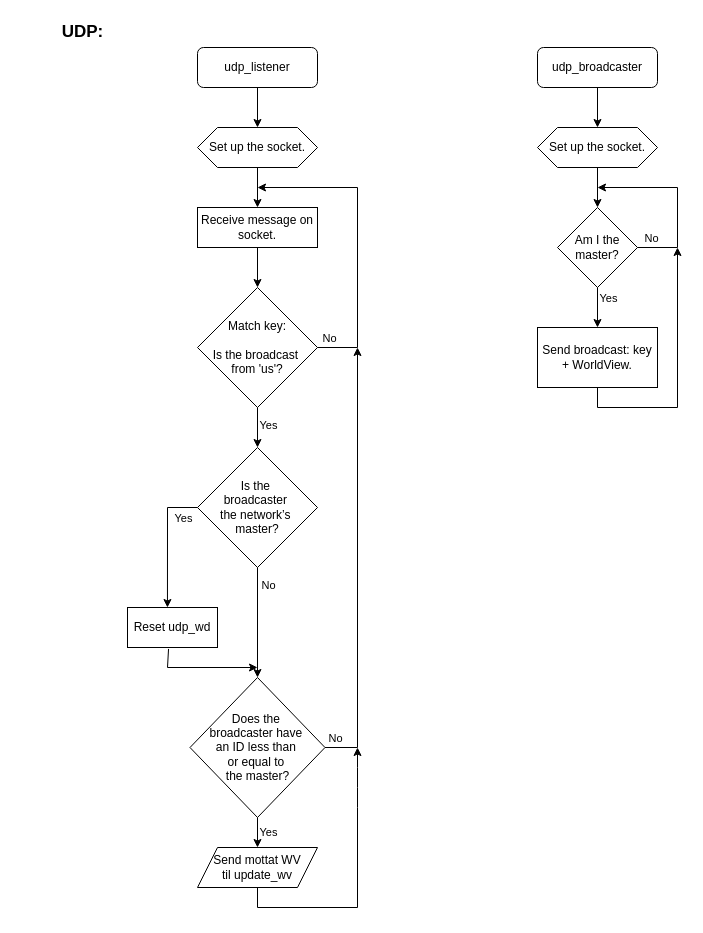
Earlier version of the draw.io diagram page "UDP" (3 of 12) of elevator_pro_rebrand/Flowcharts/elevatorpro.drawio (Adriaeik/TTK4145-Prosjekt-AIS). Source tidied: cells renumbered, new cells numbered last; positions are measured from the earlier drawing's top-left corner, leaving out a move shared by most shapes. Both pictures are drawn from the tidied source at 100%, with x=0, y=0 at pixel (47, 17).
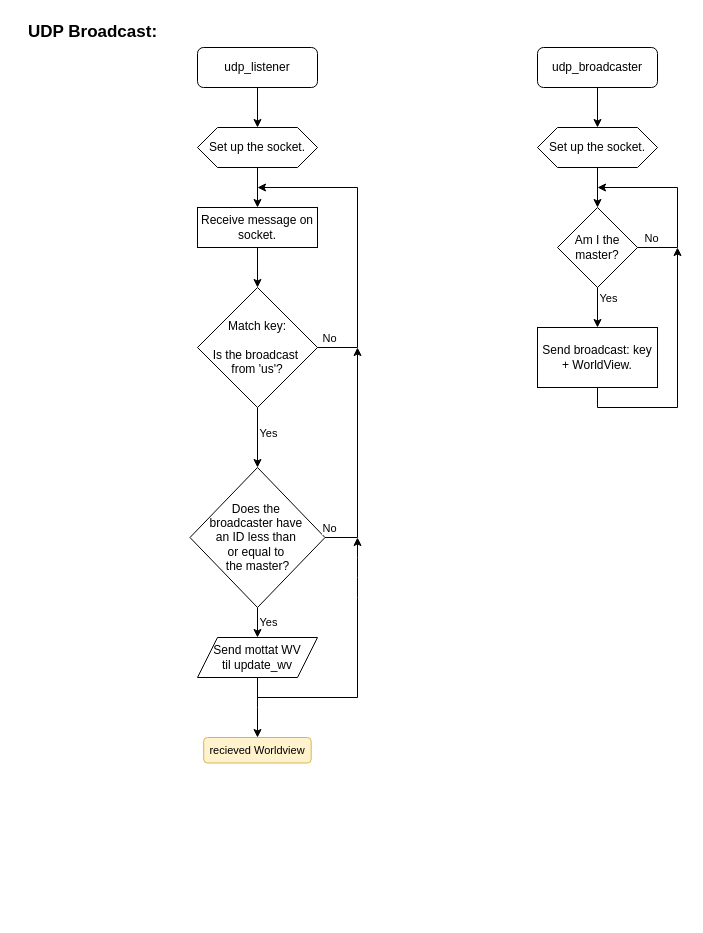
The same diagram, later.

Unchanged cells that the change refers to:
```xml
<mxCell id="6" value="Match key:&lt;br&gt;&lt;br/&gt;Is the broadcast&amp;nbsp;&lt;div&gt;from 'us'?&lt;/div&gt;" style="rhombus;whiteSpace=wrap;html=1;" parent="1" vertex="1">
  <mxGeometry x="150" y="270" width="120" height="120" as="geometry" />
</mxCell>
```

Change to the diagram source:
```diff
@@
-    <mxCell id="2" value="&lt;font style=&quot;font-size: 17px;&quot;&gt;&lt;b&gt;UD&lt;/b&gt;&lt;/font&gt;&lt;b style=&quot;font-size: 17px; background-color: transparent; color: light-dark(rgb(0, 0, 0), rgb(255, 255, 255));&quot;&gt;P:&lt;/b&gt;" style="text;html=1;align=center;verticalAlign=middle;strokeColor=none;fillColor=none;" parent="1" vertex="1">
-      <mxGeometry width="70" height="30" as="geometry" />
+    <mxCell id="2" value="&lt;font style=&quot;font-size: 17px;&quot;&gt;&lt;b&gt;UD&lt;/b&gt;&lt;/font&gt;&lt;b style=&quot;font-size: 17px; background-color: transparent; color: light-dark(rgb(0, 0, 0), rgb(255, 255, 255));&quot;&gt;P Broadcast:&lt;/b&gt;" style="text;html=1;align=center;verticalAlign=middle;strokeColor=none;fillColor=none;" parent="1" vertex="1">
+      <mxGeometry x="-30" width="150" height="30" as="geometry" />
     </mxCell>
@@
-    <mxCell id="7" value="Is the&amp;nbsp;&lt;div&gt;broadcaster&amp;nbsp;&lt;div&gt;the network’s&amp;nbsp;&lt;/div&gt;&lt;div&gt;master?&lt;/div&gt;&lt;/div&gt;" style="rhombus;whiteSpace=wrap;html=1;" parent="1" vertex="1">
-      <mxGeometry x="150" y="430" width="120" height="120" as="geometry" />
-    </mxCell>
-    <mxCell id="8" value="Reset udp_wd" style="rounded=0;whiteSpace=wrap;html=1;" parent="1" vertex="1">
-      <mxGeometry x="80" y="590" width="90" height="40" as="geometry" />
-    </mxCell>
     <mxCell id="9" value="Does the&amp;nbsp;&lt;div&gt;broadcaster have&amp;nbsp;&lt;/div&gt;&lt;div&gt;an ID less than&amp;nbsp;&lt;/div&gt;&lt;div&gt;or equal to&amp;nbsp;&lt;/div&gt;&lt;div&gt;the master?&lt;/div&gt;" style="rhombus;whiteSpace=wrap;html=1;" parent="1" vertex="1">
-      <mxGeometry x="142.5" y="660" width="135" height="140" as="geometry" />
+      <mxGeometry x="142.5" y="450" width="135" height="140" as="geometry" />
     </mxCell>
+    <mxCell id="39" style="edgeStyle=orthogonalEdgeStyle;rounded=0;jettySize=auto;html=1;" parent="1" edge="1" source="10" target="40">
+      <mxGeometry relative="1" as="geometry" />
+    </mxCell>
     <mxCell id="10" value="Send mottat WV&lt;div&gt;til update_wv&lt;/div&gt;" style="shape=parallelogram;perimeter=parallelogramPerimeter;whiteSpace=wrap;html=1;fixedSize=1;" parent="1" vertex="1">
-      <mxGeometry x="150" y="830" width="120" height="40" as="geometry" />
+      <mxGeometry x="150" y="620" width="120" height="40" as="geometry" />
     </mxCell>
@@
-    <mxCell id="16" style="endArrow=classic;html=1;rounded=0;exitX=0.5;exitY=1;exitDx=0;exitDy=0;entryX=0.5;entryY=0;entryDx=0;entryDy=0;" parent="1" edge="1" source="6" target="7">
+    <mxCell id="16" style="endArrow=classic;html=1;rounded=0;exitX=0.5;exitY=1;exitDx=0;exitDy=0;entryX=0.5;entryY=0;entryDx=0;entryDy=0;" parent="1" edge="1" source="6" target="9">
       <mxGeometry relative="1" as="geometry" />
     </mxCell>
@@
-    <mxCell id="18" style="endArrow=classic;html=1;rounded=0;exitX=0.5;exitY=1;exitDx=0;exitDy=0;" parent="1" edge="1" source="7" target="9">
-      <mxGeometry relative="1" as="geometry" />
-    </mxCell>
-    <mxCell id="19" value="No" style="edgeLabel;html=1;align=center;verticalAlign=middle;" parent="18" vertex="1">
-      <mxGeometry x="-0.54" y="1" relative="1" as="geometry">
-        <mxPoint x="9" y="-8" as="offset" />
-      </mxGeometry>
-    </mxCell>
-    <mxCell id="20" style="endArrow=classic;html=1;rounded=0;exitX=0;exitY=0.5;exitDx=0;exitDy=0;entryX=0.444;entryY=0;entryDx=0;entryDy=0;entryPerimeter=0;" parent="1" edge="1" source="7" target="8">
-      <mxGeometry relative="1" as="geometry">
-        <Array as="points">
-          <mxPoint x="120" y="490" />
-        </Array>
-      </mxGeometry>
-    </mxCell>
-    <mxCell id="21" value="Yes" style="edgeLabel;html=1;align=center;verticalAlign=middle;" parent="20" vertex="1">
-      <mxGeometry x="-0.79" y="2" relative="1" as="geometry">
-        <mxPoint x="-1" y="8" as="offset" />
-      </mxGeometry>
-    </mxCell>
-    <mxCell id="22" style="endArrow=classic;html=1;rounded=0;exitX=0.456;exitY=1.036;exitDx=0;exitDy=0;exitPerimeter=0;" parent="1" edge="1" source="8">
-      <mxGeometry relative="1" as="geometry">
-        <mxPoint x="210" y="650" as="targetPoint" />
-        <Array as="points">
-          <mxPoint x="120" y="650" />
-        </Array>
-      </mxGeometry>
-    </mxCell>
@@
-    <mxCell id="25" style="endArrow=classic;html=1;rounded=0;" parent="1" edge="1">
+    <mxCell id="25" style="endArrow=classic;html=1;rounded=0;exitX=1;exitY=0.5;exitDx=0;exitDy=0;" parent="1" edge="1" source="9">
       <mxGeometry relative="1" as="geometry">
-        <mxPoint x="277.5" y="730" as="sourcePoint" />
         <mxPoint x="310" y="330" as="targetPoint" />
         <Array as="points">
-          <mxPoint x="310" y="730" />
+          <mxPoint x="310" y="520" />
         </Array>
       </mxGeometry>
     </mxCell>
@@
     <mxCell id="27" style="endArrow=classic;html=1;rounded=0;exitX=0.5;exitY=1;exitDx=0;exitDy=0;" parent="1" edge="1" source="10">
       <mxGeometry relative="1" as="geometry">
-        <mxPoint x="310" y="730" as="targetPoint" />
+        <mxPoint x="310" y="520" as="targetPoint" />
         <Array as="points">
-          <mxPoint x="210" y="890" />
-          <mxPoint x="310" y="890" />
-          <mxPoint x="310" y="790" />
-          <mxPoint x="310" y="770" />
-          <mxPoint x="310" y="750" />
+          <mxPoint x="210" y="680" />
+          <mxPoint x="310" y="680" />
+          <mxPoint x="310" y="580" />
+          <mxPoint x="310" y="560" />
+          <mxPoint x="310" y="540" />
         </Array>
       </mxGeometry>
     </mxCell>
@@
+    <mxCell id="40" value="&lt;span style=&quot;font-size: 11px; text-wrap: nowrap;&quot;&gt;recieved Worldview&lt;/span&gt;" style="rounded=1;whiteSpace=wrap;html=1;fillColor=#fff2cc;strokeColor=#d6b656;" parent="1" vertex="1">
+      <mxGeometry x="156.2" y="720" width="107.5" height="25.5" as="geometry" />
+    </mxCell>
```
